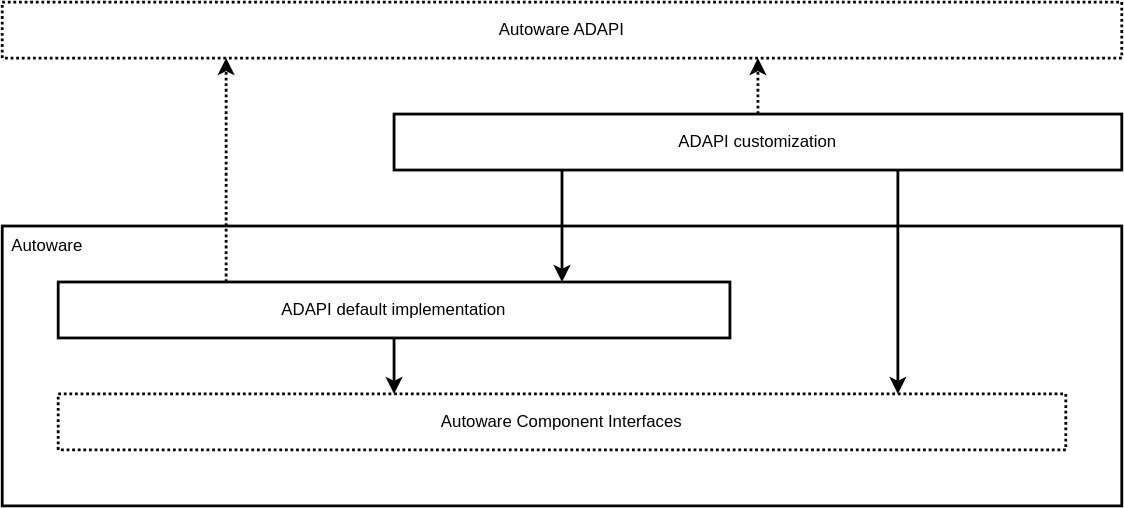
Above: docs/Software-Requirements/Design-Docs-of-Autoware/autoware-api/customization.drawio.svg in autowarefoundation/autoware_reference_design (draw.io), before the change. Source tidied: cells renumbered, new cells last; positions are measured from the earlier drawing's top-left corner, leaving out a move shared by most shapes.
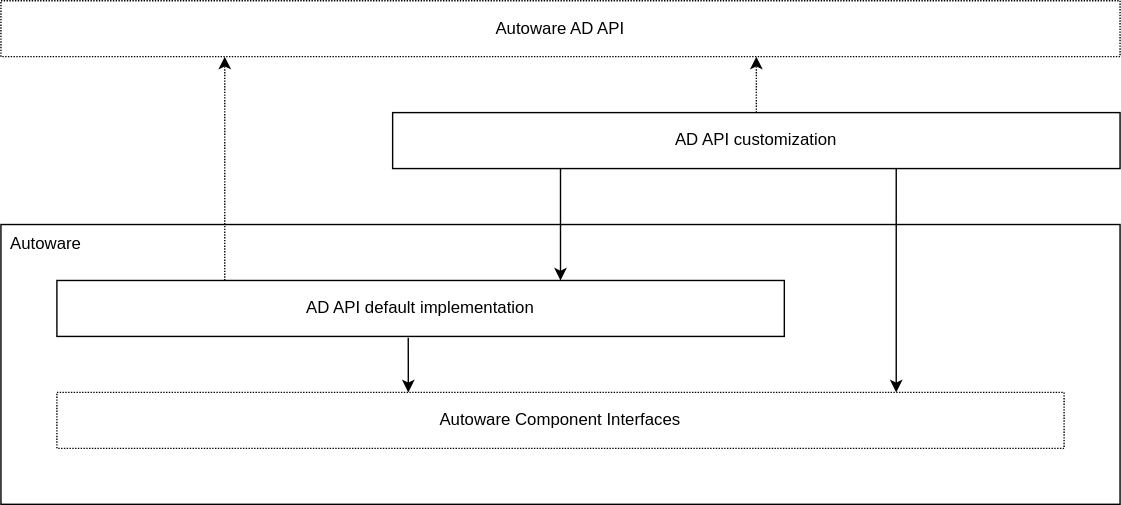
After the change.

Diff of the diagram source:
```diff
@@ -2,32 +2,30 @@
   <root>
     <mxCell id="0" />
     <mxCell id="1" parent="0" />
-    <mxCell id="2" value="Autoware" style="rounded=0;whiteSpace=wrap;html=1;strokeWidth=2;align=left;verticalAlign=top;spacingLeft=5;" parent="1" vertex="1">
+    <mxCell id="2" value="Autoware" style="rounded=0;whiteSpace=wrap;html=1;strokeWidth=1;align=left;verticalAlign=top;spacingLeft=5;" parent="1" vertex="1">
       <mxGeometry y="160" width="800" height="200" as="geometry" />
     </mxCell>
-    <mxCell id="3" value="Autoware ADAPI" style="rounded=0;whiteSpace=wrap;html=1;strokeWidth=2;dashed=1;dashPattern=1 1;" parent="1" vertex="1">
+    <mxCell id="3" value="Autoware AD API" style="rounded=0;whiteSpace=wrap;html=1;strokeWidth=1;dashed=1;dashPattern=1 1;" parent="1" vertex="1">
       <mxGeometry width="800" height="40" as="geometry" />
     </mxCell>
-    <mxCell id="4" style="edgeStyle=orthogonalEdgeStyle;rounded=0;html=1;strokeWidth=2;" parent="1" edge="1" source="6" target="11">
+    <mxCell id="4" style="edgeStyle=orthogonalEdgeStyle;rounded=0;html=1;strokeWidth=1;exitX=0.483;exitY=1.025;exitDx=0;exitDy=0;exitPerimeter=0;" parent="1" edge="1" source="12" target="11">
       <mxGeometry relative="1" as="geometry">
         <Array as="points">
-          <mxPoint x="220" y="280" />
-          <mxPoint x="220" y="280" />
+          <mxPoint x="291" y="260" />
+          <mxPoint x="291" y="260" />
         </Array>
       </mxGeometry>
     </mxCell>
-    <mxCell id="5" style="edgeStyle=orthogonalEdgeStyle;html=1;rounded=0;strokeWidth=2;dashed=1;dashPattern=1 1;" parent="1" edge="1" source="6" target="3">
+    <mxCell id="5" style="edgeStyle=orthogonalEdgeStyle;html=1;rounded=0;strokeWidth=1;dashed=1;dashPattern=1 1;" parent="1" edge="1" target="3">
       <mxGeometry relative="1" as="geometry">
+        <mxPoint x="160" y="200" as="sourcePoint" />
         <Array as="points">
-          <mxPoint x="160" y="170" />
-          <mxPoint x="160" y="170" />
+          <mxPoint x="160" y="70" />
+          <mxPoint x="160" y="70" />
         </Array>
       </mxGeometry>
     </mxCell>
-    <mxCell id="6" value="ADAPI default implementation" style="rounded=0;whiteSpace=wrap;html=1;strokeWidth=2;" parent="1" vertex="1">
-      <mxGeometry x="40" y="200" width="480" height="40" as="geometry" />
-    </mxCell>
-    <mxCell id="7" style="edgeStyle=orthogonalEdgeStyle;html=1;strokeWidth=2;rounded=0;" parent="1" edge="1" source="10" target="11">
+    <mxCell id="7" style="edgeStyle=orthogonalEdgeStyle;html=1;strokeWidth=1;rounded=0;" parent="1" edge="1" source="10" target="11">
       <mxGeometry relative="1" as="geometry">
         <Array as="points">
           <mxPoint x="640" y="200" />
@@ -35,15 +33,15 @@
         </Array>
       </mxGeometry>
     </mxCell>
-    <mxCell id="8" style="edgeStyle=orthogonalEdgeStyle;html=1;strokeWidth=2;rounded=0;" parent="1" edge="1" source="10" target="6">
+    <mxCell id="8" style="edgeStyle=orthogonalEdgeStyle;html=1;strokeWidth=1;rounded=0;" parent="1" edge="1" source="10" target="12">
       <mxGeometry relative="1" as="geometry">
         <Array as="points">
-          <mxPoint x="400" y="160" />
-          <mxPoint x="400" y="160" />
+          <mxPoint x="400" y="140" />
+          <mxPoint x="400" y="140" />
         </Array>
       </mxGeometry>
     </mxCell>
-    <mxCell id="9" style="edgeStyle=orthogonalEdgeStyle;rounded=0;html=1;strokeWidth=2;dashed=1;dashPattern=1 1;" parent="1" edge="1" source="10" target="3">
+    <mxCell id="9" style="edgeStyle=orthogonalEdgeStyle;rounded=0;html=1;strokeWidth=1;dashed=1;dashPattern=1 1;" parent="1" edge="1" source="10" target="3">
       <mxGeometry relative="1" as="geometry">
         <Array as="points">
           <mxPoint x="540" y="50" />
@@ -51,11 +49,14 @@
         </Array>
       </mxGeometry>
     </mxCell>
-    <mxCell id="10" value="ADAPI&amp;nbsp;customization" style="rounded=0;whiteSpace=wrap;html=1;strokeWidth=2;" parent="1" vertex="1">
+    <mxCell id="10" value="AD API&amp;nbsp;customization" style="rounded=0;whiteSpace=wrap;html=1;strokeWidth=1;" parent="1" vertex="1">
       <mxGeometry x="280" y="80" width="520" height="40" as="geometry" />
     </mxCell>
-    <mxCell id="11" value="Autoware Component Interfaces" style="rounded=0;whiteSpace=wrap;html=1;strokeWidth=2;dashed=1;dashPattern=1 1;" parent="1" vertex="1">
+    <mxCell id="11" value="Autoware Component Interfaces" style="rounded=0;whiteSpace=wrap;html=1;strokeWidth=1;dashed=1;dashPattern=1 1;" parent="1" vertex="1">
       <mxGeometry x="40" y="280" width="720" height="40" as="geometry" />
     </mxCell>
+    <mxCell id="12" value="AD API default implementation" style="rounded=0;whiteSpace=wrap;html=1;strokeWidth=1;" parent="1" vertex="1">
+      <mxGeometry x="40" y="200" width="520" height="40" as="geometry" />
+    </mxCell>
   </root>
 </mxGraphModel>
```
